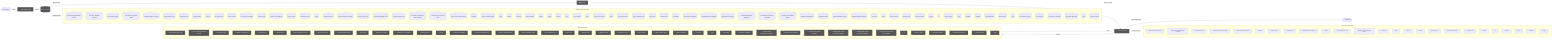
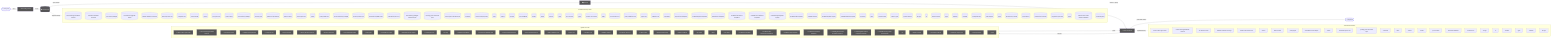
flowchart LR
  UserQ(["👤 User Query"])
  Embed["📐 Embedding Model"]
  VecDB[("📚 Vector Store")]
  Retriever["🔍 Retriever"]
  LLMNode["🧠 LLM / Generator"]
  Output(["✅ Response"])
  UserQ -->|query| Embed
  Embed -->|vector| VecDB
  VecDB -->|top-k chunks| Retriever
  Retriever -->|context + query| LLMNode
  LLMNode -->|generated answer| Output
  subgraph DetectedMemory["Detected memory stores"]
    det_detectedmemory_check_steering_feedback_contract_80134459[("check-steering-feedback-contract")]
    det_detectedmemory_normalize_workflow_contracts_8701f1c8[("normalize-workflow-contracts")]
    det_detectedmemory_sync_codex_preflight_7e7a8dc2[("sync-codex-preflight")]
    det_detectedmemory_test_harness_upgrade_matrix_84113c4e[("test-harness-upgrade-matrix")]
    det_detectedmemory_validate_workflow_contracts_33dc063c[("validate-workflow-contracts")]
    det_detectedmemory_branch_protect_core_a8feb0fd[("branch-protect-core")]
    det_detectedmemory_ci_migrate_core_7005b5af[("ci-migrate-core")]
    det_detectedmemory_context_health_80bb7da9[("context-health")]
    det_detectedmemory_context_ea7792a2[("context")]
    det_detectedmemory_docs_gate_core_eb9b6c18[("docs-gate-core")]
    det_detectedmemory_index_context_de3ed39d[("index-context")]
    det_detectedmemory_local_memory_preflight_dcc36c42[("local-memory-preflight")]
    det_detectedmemory_memory_gate_a577a506[("memory-gate")]
    det_detectedmemory_pattern_scope_siblings_43abe000[("pattern-scope-siblings")]
    det_detectedmemory_review_context_ca6cf81d[("review-context")]
    det_detectedmemory_review_gate_core_4c8001f9[("review-gate-core")]
    det_detectedmemory_search_24193290[("search")]
    det_detectedmemory_tooling_audit_core_328d6a41[("tooling-audit-core")]
    det_detectedmemory_run_local_memory_preflight_36e92808[("run-local-memory-preflight")]
    det_detectedmemory_branch_protect_sync_570adb18[("branch-protect-sync")]
    det_detectedmemory_command_capability_rules_ca3f496a[("command-capability-rules")]
    det_detectedmemory_command_specs_core_1c0ffc99[("command-specs-core")]
    det_detectedmemory_local_memory_preflight_command_spec_9e23f3ce[("local-memory-preflight-command-spec")]
    det_detectedmemory_memory_gate_command_spec_dc9001a9[("memory-gate-command-spec")]
    det_detectedmemory_review_gate_command_spec_3187376a[("review-gate-command-spec")]
    det_detectedmemory_constants_7517017f[("constants")]
    det_detectedmemory_context_compact_policy_3dcaf95d[("context-compact-policy")]
    det_detectedmemory_index_1bc04b52[("index")]
    det_detectedmemory_indexer_70fa78e5[("indexer")]
    det_detectedmemory_init_error_5c7dd49f[("init-error")]
    det_detectedmemory_lexical_fallback_723e2b3e[("lexical-fallback")]
    det_detectedmemory_ollama_76e3c7bf[("ollama")]
    det_detectedmemory_rollout_a4fa034c[("rollout")]
    det_detectedmemory_sources_878a52fc[("sources")]
    det_detectedmemory_store_824d80d7[("store")]
    det_detectedmemory_sync_contract_c79fa191[("sync-contract")]
    det_detectedmemory_types_4_822d0f88[("types")]
    det_detectedmemory_harness_run_context_ac7c77a9[("harness-run-context")]
    det_detectedmemory_index_1_faebc14e[("index")]
    det_detectedmemory_json_schema_core_96d7e328[("json-schema-core")]
    det_detectedmemory_policy_validators_core_714a3fe7[("policy-validators-core")]
    det_detectedmemory_types_core_e405ddca[("types-core")]
    det_detectedmemory_validator_core_4358f8ba[("validator-core")]
    det_detectedmemory_init_modes_c05ceb07[("init-modes")]
    det_detectedmemory_project_brain_templates_7ef51530[("project-brain-templates")]
    det_detectedmemory_scaffold_diagram_templates_dd88e83c[("scaffold-diagram-templates")]
    det_detectedmemory_scaffold_doc_templates_f6152330[("scaffold-doc-templates")]
    det_detectedmemory_scaffold_environment_templates_c1ceba6a[("scaffold-environment-templates")]
    det_detectedmemory_scaffold_root_command_templates_404fed7f[("scaffold-root-command-templates")]
    det_detectedmemory_scaffold_script_template_registry_69312d4e[("scaffold-script-template-registry")]
    det_detectedmemory_scaffold_shell_templates_0ad0f915[("scaffold-shell-templates")]
    det_detectedmemory_scaffold_surfaces_12d6494e[("scaffold-surfaces")]
    det_detectedmemory_scaffold_template_registry_b1cce2aa[("scaffold-template-registry")]
    det_detectedmemory_scaffold_workflow_template_92310587[("scaffold-workflow-template")]
    det_detectedmemory_eval_seed_5699fd3e[("eval-seed")]
-     det_detectedmemory_index_4_013aa0e3[("index")]
+     det_detectedmemory_index_5_522f772a[("index")]
    det_detectedmemory_review_context_1_e3afed15[("review-context")]
    det_detectedmemory_memory_gate_1_265164ac[("memory-gate")]
    det_detectedmemory_branch_enforcer_acb749cd[("branch-enforcer")]
    det_detectedmemory_cli_args_5_09ea29f0[("cli-args")]
    det_detectedmemory_cli_4_4efe97c7[("cli")]
    det_detectedmemory_metrics_tracker_98cec29c[("metrics-tracker")]
-     det_detectedmemory_types_11_4be3ee64[("types")]
+     det_detectedmemory_types_12_2b09659a[("types")]
    det_detectedmemory_validator_4_5180cf23[("validator")]
    det_detectedmemory_classifier_fe1991a9[("classifier")]
    det_detectedmemory_tooling_baseline_50ab2eeb[("tooling-baseline")]
    det_detectedmemory_claim_helpers_20dc8387[("claim-helpers")]
-     det_detectedmemory_types_16_0fae1112[("types")]
+     det_detectedmemory_types_17_ed30531c[("types")]
    det_detectedmemory_local_memory_smoke_1175abfc[("local-memory-smoke")]
    det_detectedmemory_local_memory_0db17ecc[("local-memory")]
    det_detectedmemory_performance_overload_c685bfcf[("performance-overload")]
    det_detectedmemory_suggestion_generator_0956f794[("suggestion-generator")]
-     det_detectedmemory_types_23_4352ee2e[("types")]
+     det_detectedmemory_types_24_c63dc1a7[("types")]
+     det_detectedmemory_runtime_card_codex_runtime_validation_d8ce9934[("runtime-card-codex-runtime-validation")]
    det_detectedmemory_overload_guard_2748c559[("overload-guard")]
  end
  VecDB -. "implemented by" .-> DetectedMemory
  subgraph DetectedLLM["Detected LLM clients"]
    det_detectedllm_check_codex_agent_roles_5bb2e89b["check-codex-agent-roles"]
    det_detectedllm_check_steering_feedback_contract_80134459["check-steering-feedback-contract"]
    det_detectedllm_run_harness_evals_77704768["run-harness-evals"]
    det_detectedllm_validate_reviewer_coverage_251efee3["validate-reviewer-coverage"]
    det_detectedllm_check_environment_core_2c16213f["check-environment-core"]
    det_detectedllm_context_ea7792a2["context"]
    det_detectedllm_index_context_de3ed39d["index-context"]
    det_detectedllm_prompt_gate_c5e9d207["prompt-gate"]
    det_detectedllm_remediate_runner_helpers_929fedcc["remediate-runner-helpers"]
    det_detectedllm_search_24193290["search"]
    det_detectedllm_command_specs_core_1c0ffc99["command-specs-core"]
    det_detectedllm_prompt_gate_command_spec_9a941482["prompt-gate-command-spec"]
    det_detectedllm_constants_7517017f["constants"]
    det_detectedllm_index_1bc04b52["index"]
    det_detectedllm_indexer_70fa78e5["indexer"]
    det_detectedllm_ollama_76e3c7bf["ollama"]
    det_detectedllm_sync_contract_c79fa191["sync-contract"]
    det_detectedllm_north_star_validators_cfc926ce["north-star-validators"]
    det_detectedllm_sensitive_text_7c11f760["sensitive-text"]
    det_detectedllm_cli_args_9_9c136878["cli-args"]
    det_detectedllm_cli_8_e3a6ce03["cli"]
    det_detectedllm_sections_4697ef32["sections"]
-     det_detectedllm_types_19_eb4ad5f0["types"]
+     det_detectedllm_types_20_071a0112["types"]
    det_detectedllm_validator_6_3688adbf["validator"]
    det_detectedllm_cli_args_10_861cdd3f["cli-args"]
  end
  LLMNode -. "implemented by" .-> DetectedLLM
  subgraph DetectedTools["Agentic tool calls"]
    det_detectedtools_check_codex_agent_roles_5bb2e89b["🔧 check-codex-agent-roles"]
    det_detectedtools_check_steering_feedback_contract_80134459["🔧 check-steering-feedback-contract"]
    det_detectedtools_run_harness_evals_77704768["🔧 run-harness-evals"]
    det_detectedtools_validate_packaged_skill_5e32c890["🔧 validate-packaged-skill"]
    det_detectedtools_ci_migrate_core_7005b5af["🔧 ci-migrate-core"]
    det_detectedtools_doctor_checks_5a2eb2b9["🔧 doctor-checks"]
    det_detectedtools_doctor_github_tool_checks_a53b0382["🔧 doctor-github-tool-checks"]
    det_detectedtools_doctor_tool_checks_4acac51a["🔧 doctor-tool-checks"]
    det_detectedtools_next_blocked_decisions_4140ad2b["🔧 next-blocked-decisions"]
    det_detectedtools_policy_gate_213f7313["🔧 policy-gate"]
    det_detectedtools_remediate_cli_output_cc165396["🔧 remediate-cli-output"]
    det_detectedtools_remediate_runner_helpers_929fedcc["🔧 remediate-runner-helpers"]
    det_detectedtools_review_gate_core_4c8001f9["🔧 review-gate-core"]
    det_detectedtools_cli_args_1_6144b055["🔧 cli-args"]
    det_detectedtools_command_capabilities_a4d5c71e["🔧 command-capabilities"]
    det_detectedtools_command_capability_rules_ca3f496a["🔧 command-capability-rules"]
    det_detectedtools_linear_command_actions_e430f4f4["🔧 linear-command-actions"]
    det_detectedtools_linear_command_runner_4a740dfc["🔧 linear-command-runner"]
    det_detectedtools_policy_validators_core_714a3fe7["🔧 policy-validators-core"]
    det_detectedtools_types_core_e405ddca["🔧 types-core"]
    det_detectedtools_validator_core_4358f8ba["🔧 validator-core"]
    det_detectedtools_validator_helpers_7b927667["🔧 validator-helpers"]
    det_detectedtools_he_phase_exit_core_1148895b["🔧 he-phase-exit-core"]
    det_detectedtools_ralph_runtime_73d63c0e["🔧 ralph-runtime"]
    det_detectedtools_observed_skill_usage_ed7d5930["🔧 observed-skill-usage"]
    det_detectedtools_closure_evidence_aaa31467["🔧 closure-evidence"]
    det_detectedtools_pr_creator_dc6b1ea4["🔧 pr-creator"]
    det_detectedtools_client_948fe603["🔧 client"]
    det_detectedtools_init_output_360dce91["🔧 init-output"]
    det_detectedtools_scaffold_ci_templates_2afd6392["🔧 scaffold-ci-templates"]
    det_detectedtools_scaffold_codex_environment_templates_334fbbed["🔧 scaffold-codex-environment-templates"]
    det_detectedtools_scaffold_config_templates_4b80ce53["🔧 scaffold-config-templates"]
    det_detectedtools_scaffold_environment_templates_c1ceba6a["🔧 scaffold-environment-templates"]
    det_detectedtools_scaffold_github_actions_pr_pipeline_renderer_1ee18de5["🔧 scaffold-github-actions-pr-pipeline-renderer"]
    det_detectedtools_scaffold_github_actions_pr_pipeline_template_e2b85f62["🔧 scaffold-github-actions-pr-pipeline-template"]
    det_detectedtools_scaffold_release_private_npm_template_075499f8["🔧 scaffold-release-private-npm-template"]
    det_detectedtools_cli_4_4efe97c7["🔧 cli"]
    det_detectedtools_metrics_tracker_98cec29c["🔧 metrics-tracker"]
    det_detectedtools_normalise_renderer_85f2e563["🔧 normalise-renderer"]
    det_detectedtools_evaluation_engine_core_e054fe49["🔧 evaluation-engine-core"]
    det_detectedtools_tooling_baseline_50ab2eeb["🔧 tooling-baseline"]
-     det_detectedtools_types_25_89d086aa["🔧 types"]
+     det_detectedtools_types_26_a5814179["🔧 types"]
  end
  LLMNode -->|tool use| DetectedTools
  DetectedTools -->|result| LLMNode
  classDef memNode fill:#555,color:#fff
  class VecDB,Retriever memNode
  classDef llmNode fill:#555,color:#fff
  class LLMNode,Embed llmNode
  classDef toolNode fill:#555,color:#fff
-   class det_detectedtools_check_codex_agent_roles_5bb2e89b,det_detectedtools_check_steering_feedback_contract_80134459,det_detectedtools_run_harness_evals_77704768,det_detectedtools_validate_packaged_skill_5e32c890,det_detectedtools_ci_migrate_core_7005b5af,det_detectedtools_doctor_checks_5a2eb2b9,det_detectedtools_doctor_github_tool_checks_a53b0382,det_detectedtools_doctor_tool_checks_4acac51a,det_detectedtools_next_blocked_decisions_4140ad2b,det_detectedtools_policy_gate_213f7313,det_detectedtools_remediate_cli_output_cc165396,det_detectedtools_remediate_runner_helpers_929fedcc,det_detectedtools_review_gate_core_4c8001f9,det_detectedtools_cli_args_1_6144b055,det_detectedtools_command_capabilities_a4d5c71e,det_detectedtools_command_capability_rules_ca3f496a,det_detectedtools_linear_command_actions_e430f4f4,det_detectedtools_linear_command_runner_4a740dfc,det_detectedtools_policy_validators_core_714a3fe7,det_detectedtools_types_core_e405ddca,det_detectedtools_validator_core_4358f8ba,det_detectedtools_validator_helpers_7b927667,det_detectedtools_he_phase_exit_core_1148895b,det_detectedtools_ralph_runtime_73d63c0e,det_detectedtools_observed_skill_usage_ed7d5930,det_detectedtools_closure_evidence_aaa31467,det_detectedtools_pr_creator_dc6b1ea4,det_detectedtools_client_948fe603,det_detectedtools_init_output_360dce91,det_detectedtools_scaffold_ci_templates_2afd6392,det_detectedtools_scaffold_codex_environment_templates_334fbbed,det_detectedtools_scaffold_config_templates_4b80ce53,det_detectedtools_scaffold_environment_templates_c1ceba6a,det_detectedtools_scaffold_github_actions_pr_pipeline_renderer_1ee18de5,det_detectedtools_scaffold_github_actions_pr_pipeline_template_e2b85f62,det_detectedtools_scaffold_release_private_npm_template_075499f8,det_detectedtools_cli_4_4efe97c7,det_detectedtools_metrics_tracker_98cec29c,det_detectedtools_normalise_renderer_85f2e563,det_detectedtools_evaluation_engine_core_e054fe49,det_detectedtools_tooling_baseline_50ab2eeb,det_detectedtools_types_25_89d086aa toolNode
+   class det_detectedtools_check_codex_agent_roles_5bb2e89b,det_detectedtools_check_steering_feedback_contract_80134459,det_detectedtools_run_harness_evals_77704768,det_detectedtools_validate_packaged_skill_5e32c890,det_detectedtools_ci_migrate_core_7005b5af,det_detectedtools_doctor_checks_5a2eb2b9,det_detectedtools_doctor_github_tool_checks_a53b0382,det_detectedtools_doctor_tool_checks_4acac51a,det_detectedtools_next_blocked_decisions_4140ad2b,det_detectedtools_policy_gate_213f7313,det_detectedtools_remediate_cli_output_cc165396,det_detectedtools_remediate_runner_helpers_929fedcc,det_detectedtools_review_gate_core_4c8001f9,det_detectedtools_cli_args_1_6144b055,det_detectedtools_command_capabilities_a4d5c71e,det_detectedtools_command_capability_rules_ca3f496a,det_detectedtools_linear_command_actions_e430f4f4,det_detectedtools_linear_command_runner_4a740dfc,det_detectedtools_policy_validators_core_714a3fe7,det_detectedtools_types_core_e405ddca,det_detectedtools_validator_core_4358f8ba,det_detectedtools_validator_helpers_7b927667,det_detectedtools_he_phase_exit_core_1148895b,det_detectedtools_ralph_runtime_73d63c0e,det_detectedtools_observed_skill_usage_ed7d5930,det_detectedtools_closure_evidence_aaa31467,det_detectedtools_pr_creator_dc6b1ea4,det_detectedtools_client_948fe603,det_detectedtools_init_output_360dce91,det_detectedtools_scaffold_ci_templates_2afd6392,det_detectedtools_scaffold_codex_environment_templates_334fbbed,det_detectedtools_scaffold_config_templates_4b80ce53,det_detectedtools_scaffold_environment_templates_c1ceba6a,det_detectedtools_scaffold_github_actions_pr_pipeline_renderer_1ee18de5,det_detectedtools_scaffold_github_actions_pr_pipeline_template_e2b85f62,det_detectedtools_scaffold_release_private_npm_template_075499f8,det_detectedtools_cli_4_4efe97c7,det_detectedtools_metrics_tracker_98cec29c,det_detectedtools_normalise_renderer_85f2e563,det_detectedtools_evaluation_engine_core_e054fe49,det_detectedtools_tooling_baseline_50ab2eeb,det_detectedtools_types_26_a5814179 toolNode
